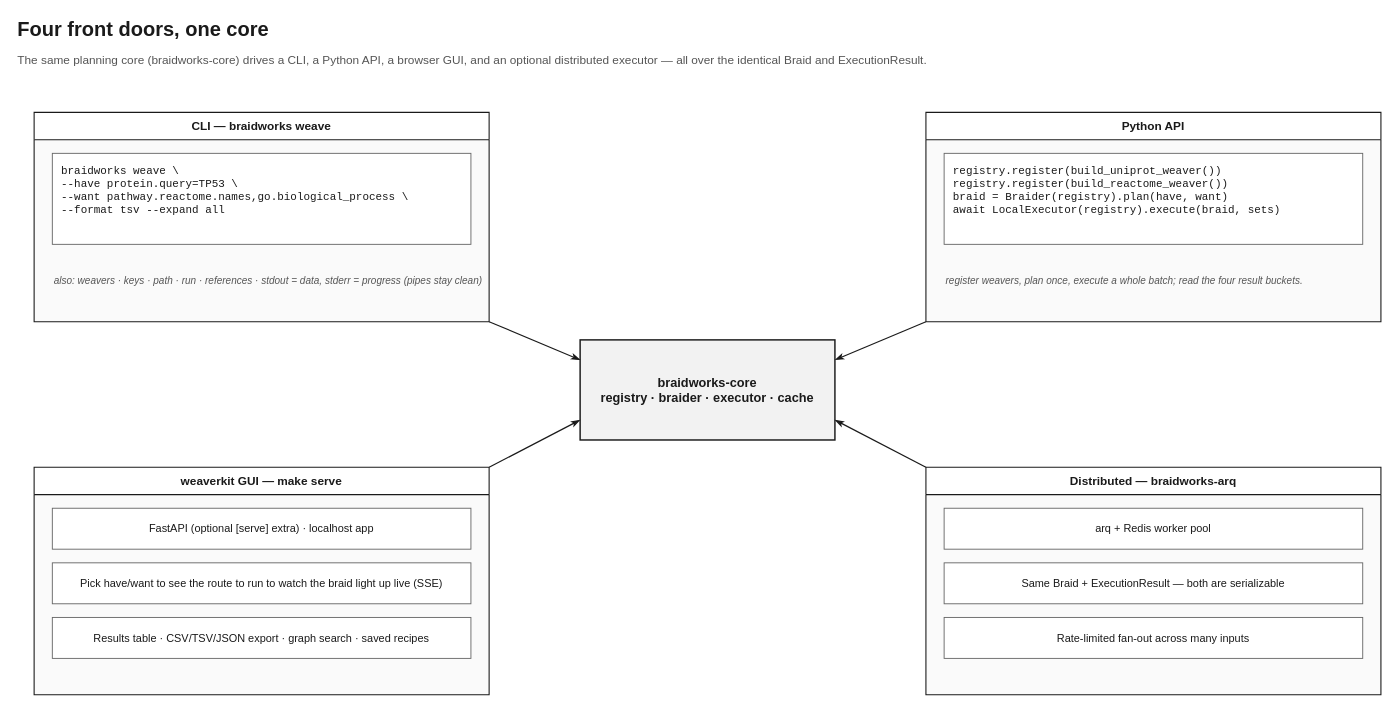
The draw.io diagram page "Interfaces" (5 of 6) of docs/diagrams/braidworks_portfolio_diagrams.drawio in rafaelmdc/braidworks, before the edit. Source tidied: cells renumbered, new cells numbered last; positions are measured from the earlier drawing's top-left corner, leaving out a move shared by most shapes. Both pictures are drawn from the tidied source at 91%, with x=0, y=0 at pixel (15, 15).
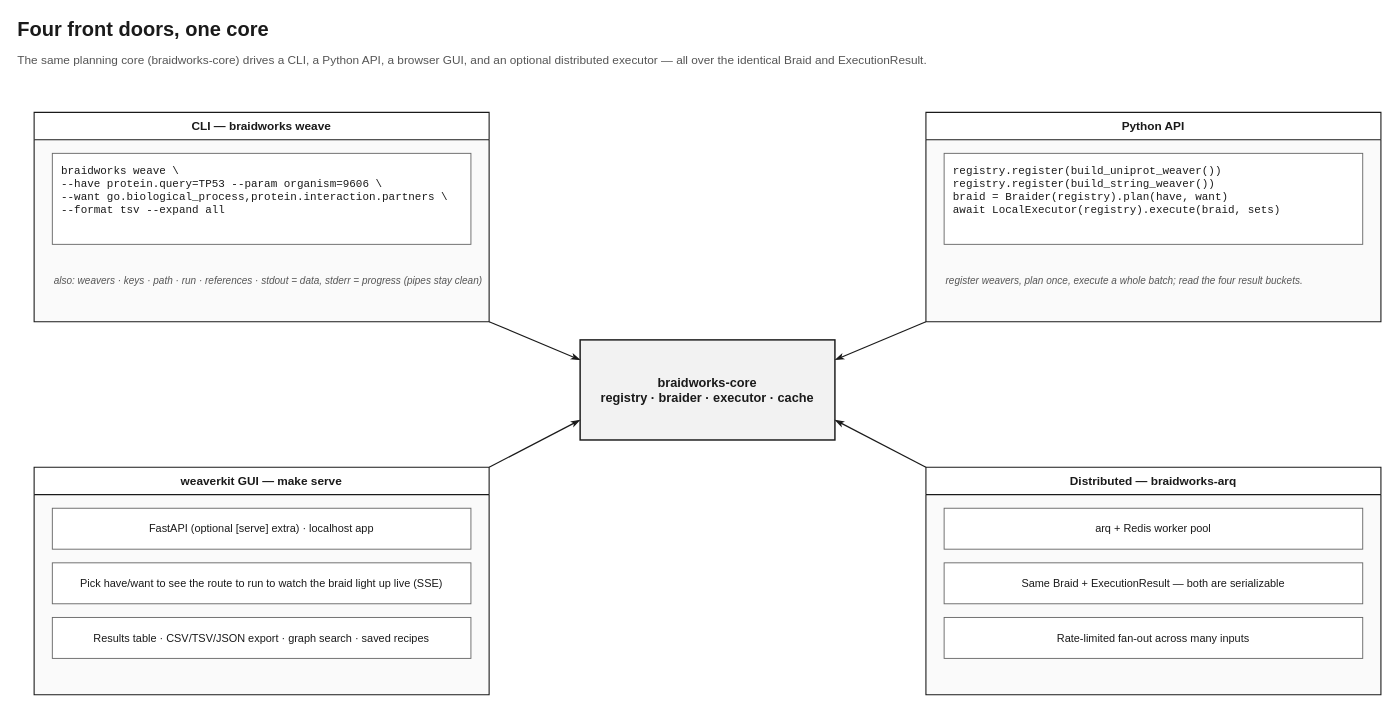
After the change.

The change refers to these unchanged cells:
```xml
<mxCell id="5" value="CLI — braidworks weave" style="swimlane;whiteSpace=wrap;html=1;startSize=30;rounded=0;fillColor=#FFFFFF;strokeColor=#1A1A1A;fontColor=#1A1A1A;fontSize=13;fontStyle=1;fontFamily=Helvetica;strokeWidth=1.2;swimlaneFillColor=#FAFAFA;" parent="1" vertex="1">
  <mxGeometry x="20" y="106" width="500" height="230" as="geometry" />
</mxCell>
<mxCell id="8" value="Python API" style="swimlane;whiteSpace=wrap;html=1;startSize=30;rounded=0;fillColor=#FFFFFF;strokeColor=#1A1A1A;fontColor=#1A1A1A;fontSize=13;fontStyle=1;fontFamily=Helvetica;strokeWidth=1.2;swimlaneFillColor=#FAFAFA;" parent="1" vertex="1">
  <mxGeometry x="1000" y="106" width="500" height="230" as="geometry" />
</mxCell>
```

Change to the diagram source:
```diff
@@
-    <mxCell id="6" value="braidworks weave \&#10;  --have protein.query=TP53 \&#10;  --want pathway.reactome.names,go.biological_process \&#10;  --format tsv --expand all" style="rounded=0;whiteSpace=wrap;html=1;fillColor=#FFFFFF;strokeColor=#666666;fontColor=#1A1A1A;fontSize=12;align=left;verticalAlign=top;spacingLeft=8;spacingTop=6;fontFamily=Courier New;" parent="5" vertex="1">
+    <mxCell id="6" value="braidworks weave \&#10;  --have protein.query=TP53 --param organism=9606 \&#10;  --want go.biological_process,protein.interaction.partners \&#10;  --format tsv --expand all" style="rounded=0;whiteSpace=wrap;html=1;fillColor=#FFFFFF;strokeColor=#666666;fontColor=#1A1A1A;fontSize=12;align=left;verticalAlign=top;spacingLeft=8;spacingTop=6;fontFamily=Courier New;" parent="5" vertex="1">
       <mxGeometry x="20" y="45" width="460" height="100" as="geometry" />
     </mxCell>
@@
-    <mxCell id="9" value="registry.register(build_uniprot_weaver())&#10;registry.register(build_reactome_weaver())&#10;braid = Braider(registry).plan(have, want)&#10;await LocalExecutor(registry).execute(braid, sets)" style="rounded=0;whiteSpace=wrap;html=1;fillColor=#FFFFFF;strokeColor=#666666;fontColor=#1A1A1A;fontSize=12;align=left;verticalAlign=top;spacingLeft=8;spacingTop=6;fontFamily=Courier New;" parent="8" vertex="1">
+    <mxCell id="9" value="registry.register(build_uniprot_weaver())&#10;registry.register(build_string_weaver())&#10;braid = Braider(registry).plan(have, want)&#10;await LocalExecutor(registry).execute(braid, sets)" style="rounded=0;whiteSpace=wrap;html=1;fillColor=#FFFFFF;strokeColor=#666666;fontColor=#1A1A1A;fontSize=12;align=left;verticalAlign=top;spacingLeft=8;spacingTop=6;fontFamily=Courier New;" parent="8" vertex="1">
       <mxGeometry x="20" y="45" width="460" height="100" as="geometry" />
     </mxCell>
```
